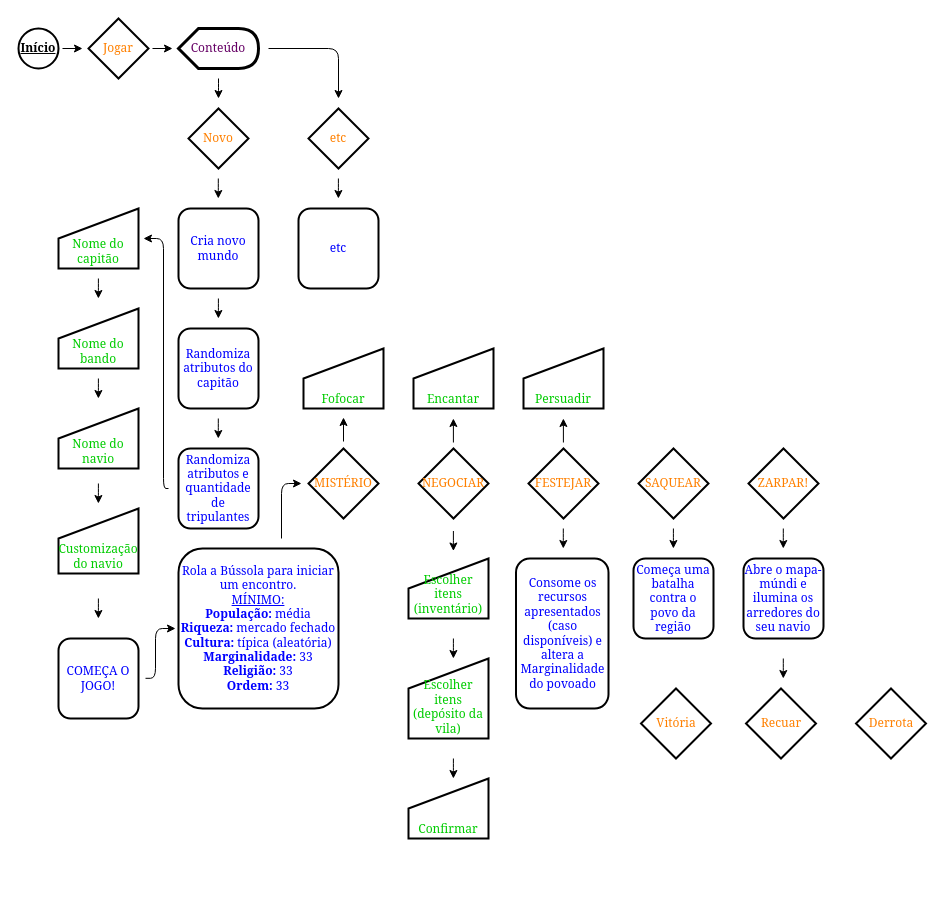
ErosBenkert/LOPR keeps this draw.io diagram as teste.drawio. Above is the earlier version. Source tidied: cells renumbered, new cells numbered last; positions are measured from the earlier drawing's top-left corner, leaving out a move shared by most shapes. Both pictures are drawn from the tidied source at 100%, with x=0, y=0 at pixel (18, 18).
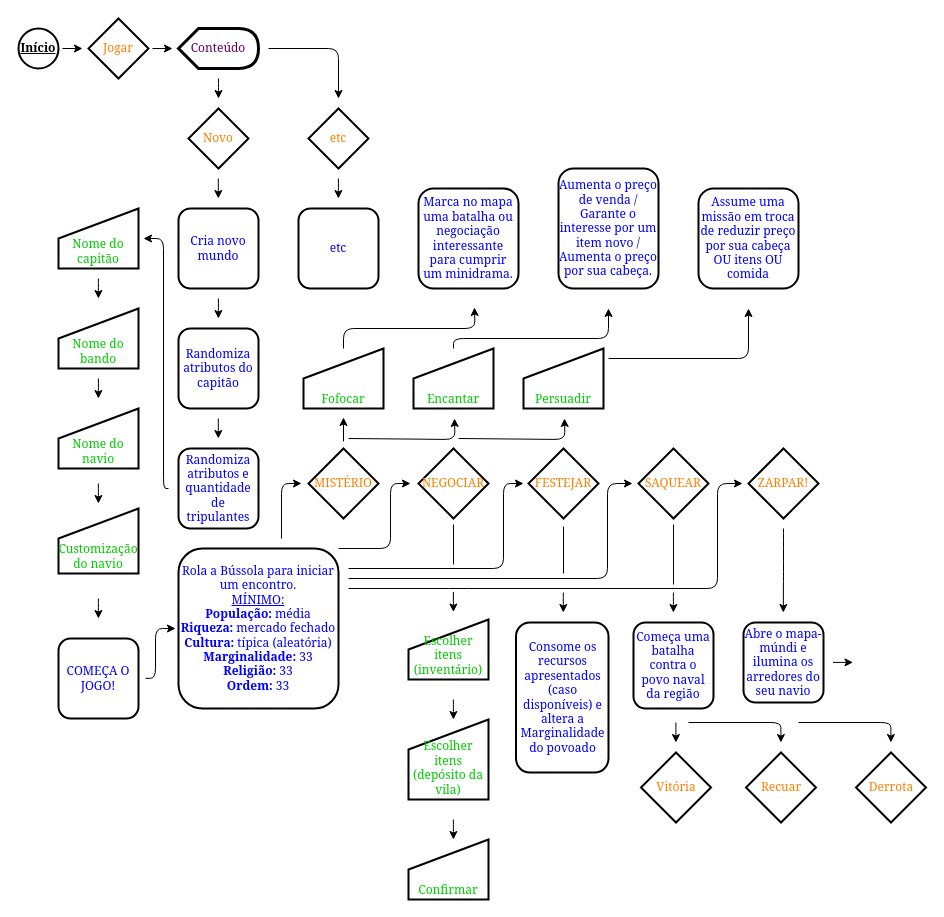
Above is the later version.

Unchanged cells that the change refers to:
```xml
<mxCell id="30" value="&lt;div&gt;&lt;font color=&quot;#0000ff&quot; face=&quot;Georgia&quot;&gt;Rola a Bússola para iniciar um encontro.&lt;/font&gt;&lt;/div&gt;&lt;div&gt;&lt;font color=&quot;#0000ff&quot; face=&quot;Georgia&quot;&gt;&lt;u&gt;MÍNIMO:&lt;/u&gt;&lt;/font&gt;&lt;/div&gt;&lt;div&gt;&lt;font color=&quot;#0000ff&quot; face=&quot;Georgia&quot;&gt;&lt;b&gt;População:&lt;/b&gt; média&lt;/font&gt;&lt;/div&gt;&lt;div&gt;&lt;font color=&quot;#0000ff&quot; face=&quot;Georgia&quot;&gt;&lt;b&gt;Riqueza:&lt;/b&gt; mercado fechado&lt;/font&gt;&lt;/div&gt;&lt;div&gt;&lt;font color=&quot;#0000ff&quot; face=&quot;Georgia&quot;&gt;&lt;b&gt;Cultura:&lt;/b&gt; típica (aleatória)&lt;br&gt;&lt;/font&gt;&lt;/div&gt;&lt;div&gt;&lt;font color=&quot;#0000ff&quot; face=&quot;Georgia&quot;&gt;&lt;b&gt;Marginalidade:&lt;/b&gt; 33&lt;/font&gt;&lt;/div&gt;&lt;div&gt;&lt;font color=&quot;#0000ff&quot; face=&quot;Georgia&quot;&gt;&lt;b&gt;Religião:&lt;/b&gt; 33&lt;/font&gt;&lt;/div&gt;&lt;div&gt;&lt;font color=&quot;#0000ff&quot; face=&quot;Georgia&quot;&gt;&lt;b&gt;Ordem:&lt;/b&gt; 33&lt;br&gt;&lt;/font&gt;&lt;/div&gt;" style="rounded=1;whiteSpace=wrap;html=1;strokeColor=#000000;strokeWidth=2;align=center;" parent="1" vertex="1">
  <mxGeometry x="160" y="530" width="160" height="160" as="geometry" />
</mxCell>
<mxCell id="38" value="Fofocar" style="shape=manualInput;whiteSpace=wrap;html=1;strokeWidth=2;fontFamily=Georgia;fontColor=#00CC00;verticalAlign=bottom;" parent="1" vertex="1">
  <mxGeometry x="285" y="330" width="80" height="60" as="geometry" />
</mxCell>
<mxCell id="39" value="Encantar" style="shape=manualInput;whiteSpace=wrap;html=1;strokeWidth=2;fontFamily=Georgia;fontColor=#00CC00;verticalAlign=bottom;" parent="1" vertex="1">
  <mxGeometry x="395" y="330" width="80" height="60" as="geometry" />
</mxCell>
```

Change to the diagram source:
```diff
@@
+    <mxCell id="59" style="edgeStyle=orthogonalEdgeStyle;rounded=1;orthogonalLoop=1;jettySize=auto;html=1;" parent="1" edge="1">
+      <mxGeometry relative="1" as="geometry">
+        <mxPoint x="330" y="420" as="sourcePoint" />
+        <mxPoint x="436" y="400" as="targetPoint" />
+      </mxGeometry>
+    </mxCell>
@@
+    <mxCell id="60" style="edgeStyle=orthogonalEdgeStyle;rounded=1;jettySize=auto;html=1;" parent="1" edge="1" source="39">
+      <mxGeometry relative="1" as="geometry">
+        <mxPoint x="590" y="290" as="targetPoint" />
+        <Array as="points">
+          <mxPoint x="435" y="320" />
+          <mxPoint x="590" y="320" />
+        </Array>
+      </mxGeometry>
+    </mxCell>
@@
     <mxCell id="41" value="Escolher itens (inventário)" style="shape=manualInput;whiteSpace=wrap;html=1;strokeWidth=2;fontFamily=Georgia;fontColor=#00CC00;verticalAlign=bottom;" parent="1" vertex="1">
-      <mxGeometry x="390" y="540" width="80" height="60" as="geometry" />
+      <mxGeometry x="390" y="601" width="80" height="60" as="geometry" />
     </mxCell>
     <mxCell id="42" value="Escolher itens (depósito da vila)" style="shape=manualInput;whiteSpace=wrap;html=1;strokeWidth=2;fontFamily=Georgia;fontColor=#00CC00;verticalAlign=bottom;" parent="1" vertex="1">
-      <mxGeometry x="390" y="640" width="80" height="80" as="geometry" />
+      <mxGeometry x="390" y="701" width="80" height="80" as="geometry" />
     </mxCell>
     <mxCell id="43" value="Confirmar" style="shape=manualInput;whiteSpace=wrap;html=1;strokeWidth=2;fontFamily=Georgia;fontColor=#00CC00;verticalAlign=bottom;" parent="1" vertex="1">
-      <mxGeometry x="390" y="760" width="80" height="60" as="geometry" />
+      <mxGeometry x="390" y="821" width="80" height="60" as="geometry" />
     </mxCell>
     <mxCell id="44" value="&lt;div align=&quot;center&quot;&gt;&lt;font face=&quot;Georgia&quot; color=&quot;#0000ff&quot;&gt;Consome os recursos apresentados (caso disponíveis) e altera a Marginalidade do povoado&lt;/font&gt;&lt;br&gt;&lt;/div&gt;" style="rounded=1;whiteSpace=wrap;html=1;strokeColor=#000000;strokeWidth=2;align=center;" parent="1" vertex="1">
-      <mxGeometry x="497.5" y="540" width="92.5" height="150" as="geometry" />
+      <mxGeometry x="497.5" y="604" width="92.5" height="150" as="geometry" />
     </mxCell>
-    <mxCell id="45" value="&lt;font face=&quot;Georgia&quot; color=&quot;#0000ff&quot;&gt;Começa uma batalha contra o povo da região&lt;br&gt;&lt;/font&gt;" style="rounded=1;whiteSpace=wrap;html=1;strokeColor=#000000;strokeWidth=2;" parent="1" vertex="1">
-      <mxGeometry x="615" y="540" width="80" height="80" as="geometry" />
+    <mxCell id="45" value="&lt;font face=&quot;Georgia&quot; color=&quot;#0000ff&quot;&gt;Começa uma batalha contra o povo naval da região&lt;br&gt;&lt;/font&gt;" style="rounded=1;whiteSpace=wrap;html=1;strokeColor=#000000;strokeWidth=2;" parent="1" vertex="1">
+      <mxGeometry x="615" y="604" width="80" height="86" as="geometry" />
     </mxCell>
     <mxCell id="46" value="&lt;font face=&quot;Georgia&quot; color=&quot;#0000ff&quot;&gt;Abre o mapa-múndi e ilumina os arredores do seu navio&lt;br&gt;&lt;/font&gt;" style="rounded=1;whiteSpace=wrap;html=1;strokeColor=#000000;strokeWidth=2;" parent="1" vertex="1">
-      <mxGeometry x="725" y="540" width="80" height="80" as="geometry" />
+      <mxGeometry x="725" y="604" width="80" height="80" as="geometry" />
     </mxCell>
-    <mxCell id="47" style="edgeStyle=orthogonalEdgeStyle;rounded=1;orthogonalLoop=1;jettySize=auto;html=1;" parent="1" edge="1">
-      <mxGeometry relative="1" as="geometry">
-        <mxPoint x="434.9" y="424" as="sourcePoint" />
-        <mxPoint x="434.9" y="400" as="targetPoint" />
-      </mxGeometry>
-    </mxCell>
-    <mxCell id="48" style="edgeStyle=orthogonalEdgeStyle;rounded=1;orthogonalLoop=1;jettySize=auto;html=1;" parent="1" edge="1">
-      <mxGeometry relative="1" as="geometry">
-        <mxPoint x="544.9" y="424" as="sourcePoint" />
-        <mxPoint x="544.9" y="400" as="targetPoint" />
-      </mxGeometry>
-    </mxCell>
     <mxCell id="49" style="edgeStyle=orthogonalEdgeStyle;orthogonalLoop=1;jettySize=auto;html=1;rounded=1;" parent="1" edge="1">
       <mxGeometry relative="1" as="geometry">
-        <mxPoint x="434.9" y="512.5" as="sourcePoint" />
-        <mxPoint x="434.9" y="532.5" as="targetPoint" />
+        <mxPoint x="434.9" y="573.5" as="sourcePoint" />
+        <mxPoint x="434.9" y="593.5" as="targetPoint" />
         <Array as="points">
-          <mxPoint x="434.9" y="522.5" />
-          <mxPoint x="434.9" y="522.5" />
+          <mxPoint x="434.9" y="583.5" />
+          <mxPoint x="434.9" y="583.5" />
         </Array>
       </mxGeometry>
     </mxCell>
     <mxCell id="50" style="edgeStyle=orthogonalEdgeStyle;orthogonalLoop=1;jettySize=auto;html=1;rounded=1;" parent="1" edge="1">
       <mxGeometry relative="1" as="geometry">
-        <mxPoint x="434.9" y="620" as="sourcePoint" />
-        <mxPoint x="434.9" y="640" as="targetPoint" />
+        <mxPoint x="434.9" y="681" as="sourcePoint" />
+        <mxPoint x="434.9" y="701" as="targetPoint" />
         <Array as="points">
-          <mxPoint x="434.9" y="630" />
-          <mxPoint x="434.9" y="630" />
+          <mxPoint x="434.9" y="691" />
+          <mxPoint x="434.9" y="691" />
         </Array>
       </mxGeometry>
     </mxCell>
     <mxCell id="51" style="edgeStyle=orthogonalEdgeStyle;orthogonalLoop=1;jettySize=auto;html=1;rounded=1;" parent="1" edge="1">
       <mxGeometry relative="1" as="geometry">
-        <mxPoint x="434.9" y="740" as="sourcePoint" />
-        <mxPoint x="434.9" y="760" as="targetPoint" />
+        <mxPoint x="434.9" y="801" as="sourcePoint" />
+        <mxPoint x="434.9" y="821" as="targetPoint" />
         <Array as="points">
-          <mxPoint x="434.9" y="750" />
-          <mxPoint x="434.9" y="750" />
+          <mxPoint x="434.9" y="811" />
+          <mxPoint x="434.9" y="811" />
         </Array>
       </mxGeometry>
     </mxCell>
     <mxCell id="52" style="edgeStyle=orthogonalEdgeStyle;orthogonalLoop=1;jettySize=auto;html=1;rounded=1;" parent="1" edge="1">
       <mxGeometry relative="1" as="geometry">
-        <mxPoint x="544.8" y="510" as="sourcePoint" />
-        <mxPoint x="544.8" y="530" as="targetPoint" />
+        <mxPoint x="544.8" y="574" as="sourcePoint" />
+        <mxPoint x="544.8" y="594" as="targetPoint" />
         <Array as="points">
-          <mxPoint x="544.8" y="520" />
-          <mxPoint x="544.8" y="520" />
+          <mxPoint x="544.8" y="584" />
+          <mxPoint x="544.8" y="584" />
         </Array>
       </mxGeometry>
     </mxCell>
     <mxCell id="53" style="edgeStyle=orthogonalEdgeStyle;orthogonalLoop=1;jettySize=auto;html=1;rounded=1;" parent="1" edge="1">
       <mxGeometry relative="1" as="geometry">
-        <mxPoint x="654.9" y="510" as="sourcePoint" />
-        <mxPoint x="654.9" y="530" as="targetPoint" />
+        <mxPoint x="654.9" y="574" as="sourcePoint" />
+        <mxPoint x="654.9" y="594" as="targetPoint" />
         <Array as="points">
-          <mxPoint x="654.9" y="520" />
-          <mxPoint x="654.9" y="520" />
+          <mxPoint x="654.9" y="584" />
+          <mxPoint x="654.9" y="584" />
         </Array>
       </mxGeometry>
     </mxCell>
     <mxCell id="54" style="edgeStyle=orthogonalEdgeStyle;orthogonalLoop=1;jettySize=auto;html=1;rounded=1;" parent="1" edge="1">
       <mxGeometry relative="1" as="geometry">
-        <mxPoint x="764.8" y="510" as="sourcePoint" />
-        <mxPoint x="764.8" y="530" as="targetPoint" />
+        <mxPoint x="765" y="510" as="sourcePoint" />
+        <mxPoint x="764.8" y="594" as="targetPoint" />
         <Array as="points">
-          <mxPoint x="764.8" y="520" />
-          <mxPoint x="764.8" y="520" />
+          <mxPoint x="765" y="520" />
+          <mxPoint x="765" y="553" />
+          <mxPoint x="765" y="553" />
         </Array>
       </mxGeometry>
     </mxCell>
     <mxCell id="55" value="Recuar" style="rhombus;whiteSpace=wrap;html=1;fontFamily=Georgia;strokeColor=#000000;strokeWidth=2;fontColor=#FF8000;" parent="1" vertex="1">
-      <mxGeometry x="727.5" y="670" width="70" height="70" as="geometry" />
+      <mxGeometry x="727.5" y="734" width="70" height="70" as="geometry" />
     </mxCell>
     <mxCell id="56" value="Vitória" style="rhombus;whiteSpace=wrap;html=1;fontFamily=Georgia;strokeColor=#000000;strokeWidth=2;fontColor=#FF8000;" parent="1" vertex="1">
-      <mxGeometry x="622.5" y="670" width="70" height="70" as="geometry" />
+      <mxGeometry x="622.5" y="734" width="70" height="70" as="geometry" />
     </mxCell>
     <mxCell id="57" value="Derrota" style="rhombus;whiteSpace=wrap;html=1;fontFamily=Georgia;strokeColor=#000000;strokeWidth=2;fontColor=#FF8000;" parent="1" vertex="1">
-      <mxGeometry x="837.5" y="670" width="70" height="70" as="geometry" />
+      <mxGeometry x="837.5" y="734" width="70" height="70" as="geometry" />
     </mxCell>
     <mxCell id="58" style="edgeStyle=orthogonalEdgeStyle;orthogonalLoop=1;jettySize=auto;html=1;rounded=1;" parent="1" edge="1">
       <mxGeometry relative="1" as="geometry">
-        <mxPoint x="764.8" y="640" as="sourcePoint" />
-        <mxPoint x="764.8" y="660" as="targetPoint" />
+        <mxPoint x="657.4" y="704" as="sourcePoint" />
+        <mxPoint x="657.4" y="724" as="targetPoint" />
         <Array as="points">
-          <mxPoint x="764.8" y="650" />
-          <mxPoint x="764.8" y="650" />
+          <mxPoint x="657.4" y="714" />
+          <mxPoint x="657.4" y="714" />
         </Array>
       </mxGeometry>
     </mxCell>
+    <mxCell id="61" style="edgeStyle=orthogonalEdgeStyle;rounded=1;orthogonalLoop=1;jettySize=auto;html=1;" parent="1" edge="1">
+      <mxGeometry relative="1" as="geometry">
+        <mxPoint x="440" y="420" as="sourcePoint" />
+        <mxPoint x="546" y="400" as="targetPoint" />
+      </mxGeometry>
+    </mxCell>
+    <mxCell id="62" value="&lt;font color=&quot;#0000ff&quot; face=&quot;Georgia&quot;&gt;Marca no mapa uma batalha ou negociação interessante para cumprir um minidrama.&lt;/font&gt;" style="rounded=1;whiteSpace=wrap;html=1;strokeColor=#000000;strokeWidth=2;" parent="1" vertex="1">
+      <mxGeometry x="400" y="170" width="100" height="100" as="geometry" />
+    </mxCell>
+    <mxCell id="63" style="edgeStyle=orthogonalEdgeStyle;orthogonalLoop=1;jettySize=auto;html=1;rounded=1;" parent="1" edge="1">
+      <mxGeometry relative="1" as="geometry">
+        <mxPoint x="670" y="704" as="sourcePoint" />
+        <mxPoint x="762.4" y="724" as="targetPoint" />
+        <Array as="points">
+          <mxPoint x="762.4" y="714" />
+          <mxPoint x="762.4" y="714" />
+        </Array>
+      </mxGeometry>
+    </mxCell>
+    <mxCell id="64" style="edgeStyle=orthogonalEdgeStyle;orthogonalLoop=1;jettySize=auto;html=1;rounded=1;" parent="1" edge="1">
+      <mxGeometry relative="1" as="geometry">
+        <mxPoint x="780" y="704" as="sourcePoint" />
+        <mxPoint x="872.4" y="724" as="targetPoint" />
+        <Array as="points">
+          <mxPoint x="872.4" y="714" />
+          <mxPoint x="872.4" y="714" />
+        </Array>
+      </mxGeometry>
+    </mxCell>
+    <mxCell id="65" style="edgeStyle=orthogonalEdgeStyle;rounded=1;jettySize=auto;html=1;entryX=0;entryY=0.5;entryDx=0;entryDy=0;exitX=1;exitY=0;exitDx=0;exitDy=0;" parent="1" edge="1" source="30">
+      <mxGeometry relative="1" as="geometry">
+        <mxPoint x="392" y="465" as="targetPoint" />
+        <Array as="points">
+          <mxPoint x="372" y="530" />
+          <mxPoint x="372" y="465" />
+        </Array>
+      </mxGeometry>
+    </mxCell>
+    <mxCell id="66" style="edgeStyle=orthogonalEdgeStyle;rounded=1;orthogonalLoop=1;jettySize=auto;html=1;entryX=0;entryY=0.5;entryDx=0;entryDy=0;" parent="1" edge="1">
+      <mxGeometry relative="1" as="geometry">
+        <mxPoint x="330" y="550" as="sourcePoint" />
+        <mxPoint x="505" y="465" as="targetPoint" />
+        <Array as="points">
+          <mxPoint x="330" y="550" />
+          <mxPoint x="485" y="550" />
+          <mxPoint x="485" y="465" />
+        </Array>
+      </mxGeometry>
+    </mxCell>
+    <mxCell id="67" style="edgeStyle=orthogonalEdgeStyle;rounded=1;orthogonalLoop=1;jettySize=auto;html=1;entryX=0;entryY=0.5;entryDx=0;entryDy=0;" parent="1" edge="1">
+      <mxGeometry relative="1" as="geometry">
+        <mxPoint x="330" y="560" as="sourcePoint" />
+        <mxPoint x="614" y="465" as="targetPoint" />
+        <Array as="points">
+          <mxPoint x="330" y="560" />
+          <mxPoint x="589" y="560" />
+          <mxPoint x="589" y="465" />
+        </Array>
+      </mxGeometry>
+    </mxCell>
+    <mxCell id="68" style="edgeStyle=orthogonalEdgeStyle;rounded=1;orthogonalLoop=1;jettySize=auto;html=1;entryX=0;entryY=0.5;entryDx=0;entryDy=0;" parent="1" edge="1">
+      <mxGeometry relative="1" as="geometry">
+        <mxPoint x="330" y="570" as="sourcePoint" />
+        <mxPoint x="724" y="465" as="targetPoint" />
+        <Array as="points">
+          <mxPoint x="440" y="570" />
+          <mxPoint x="699" y="570" />
+          <mxPoint x="699" y="465" />
+        </Array>
+      </mxGeometry>
+    </mxCell>
+    <mxCell id="69" style="endArrow=none;html=1;rounded=0;entryX=0.5;entryY=1;entryDx=0;entryDy=0;" parent="1" edge="1">
+      <mxGeometry relative="1" as="geometry">
+        <mxPoint x="435" y="546" as="sourcePoint" />
+        <mxPoint x="435" y="506" as="targetPoint" />
+      </mxGeometry>
+    </mxCell>
+    <mxCell id="70" style="endArrow=none;html=1;rounded=0;" parent="1" edge="1">
+      <mxGeometry relative="1" as="geometry">
+        <mxPoint x="545" y="555" as="sourcePoint" />
+        <mxPoint x="545" y="508" as="targetPoint" />
+      </mxGeometry>
+    </mxCell>
+    <mxCell id="71" style="endArrow=none;html=1;rounded=0;entryX=0.5;entryY=1;entryDx=0;entryDy=0;" parent="1" edge="1">
+      <mxGeometry relative="1" as="geometry">
+        <mxPoint x="655" y="566" as="sourcePoint" />
+        <mxPoint x="655" y="506" as="targetPoint" />
+      </mxGeometry>
+    </mxCell>
+    <mxCell id="72" value="&lt;font color=&quot;#0000ff&quot; face=&quot;Georgia&quot;&gt;Aumenta o preço de venda / Garante o interesse por um item novo / Aumenta o preço por sua cabeça.&lt;br&gt;&lt;/font&gt;" style="rounded=1;whiteSpace=wrap;html=1;strokeColor=#000000;strokeWidth=2;" parent="1" vertex="1">
+      <mxGeometry x="540" y="150" width="100" height="120" as="geometry" />
+    </mxCell>
+    <mxCell id="73" value="&lt;font color=&quot;#0000ff&quot; face=&quot;Georgia&quot;&gt;Assume uma missão em troca de reduzir preço por sua cabeça OU itens OU comida&lt;br&gt;&lt;/font&gt;" style="rounded=1;whiteSpace=wrap;html=1;strokeColor=#000000;strokeWidth=2;" parent="1" vertex="1">
+      <mxGeometry x="680" y="170" width="100" height="100" as="geometry" />
+    </mxCell>
+    <mxCell id="74" style="edgeStyle=orthogonalEdgeStyle;rounded=1;jettySize=auto;html=1;exitX=0.5;exitY=0;exitDx=0;exitDy=0;" parent="1" edge="1" source="38">
+      <mxGeometry relative="1" as="geometry">
+        <mxPoint x="456" y="289" as="targetPoint" />
+      </mxGeometry>
+    </mxCell>
+    <mxCell id="75" style="edgeStyle=orthogonalEdgeStyle;rounded=1;orthogonalLoop=1;jettySize=auto;html=1;" parent="1" edge="1">
+      <mxGeometry relative="1" as="geometry">
+        <mxPoint x="590" y="340" as="sourcePoint" />
+        <mxPoint x="730" y="290" as="targetPoint" />
+        <Array as="points">
+          <mxPoint x="730" y="340" />
+        </Array>
+      </mxGeometry>
+    </mxCell>
+    <mxCell id="76" style="edgeStyle=orthogonalEdgeStyle;orthogonalLoop=1;jettySize=auto;html=1;rounded=1;" parent="1" edge="1">
+      <mxGeometry relative="1" as="geometry">
+        <mxPoint x="814.5" y="643.9" as="sourcePoint" />
+        <mxPoint x="834.5" y="643.9" as="targetPoint" />
+      </mxGeometry>
+    </mxCell>
```
